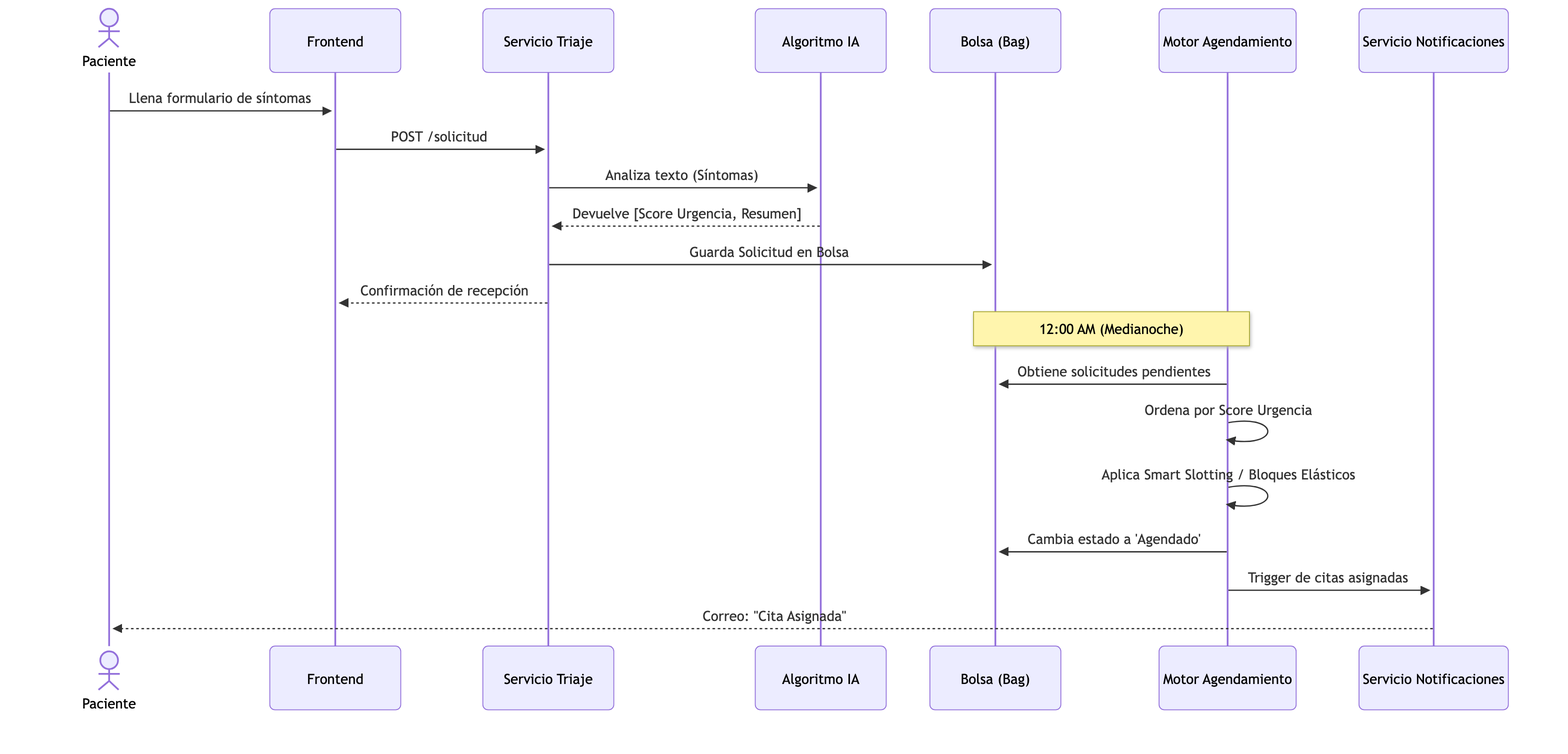
Earlier version of the Mermaid export docs/diagrams/secuencia/secuencia.png (aron-quito/si-salud). Its source is kept beside it as docs/diagrams/secuencia/secuencia.mmd. Its diagram source:
```mermaid
sequenceDiagram
    actor P as Paciente
    participant F as Frontend
    participant T as Servicio Triaje
    participant IA as Algoritmo IA
    participant B as Bolsa (Bag)
    participant S as Motor Agendamiento
    participant N as Servicio Notificaciones

    P->>F: Llena formulario de síntomas
    F->>T: POST /solicitud
    T->>IA: Analiza texto (Síntomas)
    IA-->>T: Devuelve [Score Urgencia, Resumen]
    T->>B: Guarda Solicitud en Bolsa
    T-->>F: Confirmación de recepción

    Note over B,S: 12:00 AM (Medianoche)
    S->>B: Obtiene solicitudes pendientes
    S->>S: Ordena por Score Urgencia
    S->>S: Aplica Smart Slotting / Bloques Elásticos
    S->>B: Cambia estado a 'Agendado'
    S->>N: Trigger de citas asignadas
    N-->>P: Correo: "Cita Asignada"
```
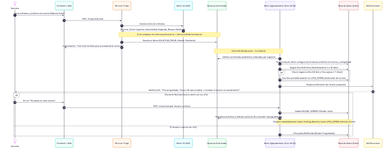
The same diagram one commit later.

Diff of the diagram source:
```diff
@@ -1,23 +1,40 @@
 sequenceDiagram
+    autonumber
     actor P as Paciente
-    participant F as Frontend
+    participant F as Frontend / Web
     participant T as Servicio Triaje
-    participant IA as Algoritmo IA
-    participant B as Bolsa (Bag)
-    participant S as Motor Agendamiento
-    participant N as Servicio Notificaciones
+    participant IA as Motor IA (NLP)
+    participant B as Bolsa de Solicitudes
+    participant S as Motor Agendamiento (Cron 00:00)
+    participant DB as Base de Datos (Slots)
+    participant N as Notificaciones
 
-    P->>F: Llena formulario de síntomas
-    F->>T: POST /solicitud
-    T->>IA: Analiza texto (Síntomas)
-    IA-->>T: Devuelve [Score Urgencia, Resumen]
-    T->>B: Guarda Solicitud en Bolsa
-    T-->>F: Confirmación de recepción
+    P->>F: Llena síntomas y preferencia horaria (Mañana/Tarde)
+    F->>T: POST /triaje/solicitud
+    T->>IA: Analiza texto de síntomas
+    IA-->>T: Retorna: [Score Urgencia, Especialidad Asignada, Bloques Elásticos]
+    Note over T,B: Si es complejo sin interconsulta previa -> Deriva a Medicina General
+    T->>B: Guarda en Bolsa (SOLICITUD_TRIAJE, Estado: Pendiente)
+    T-->>F: Comprobante: "Solicitud recibida para procesamiento nocturno"
 
-    Note over B,S: 12:00 AM (Medianoche)
-    S->>B: Obtiene solicitudes pendientes
-    S->>S: Ordena por Score Urgencia
-    S->>S: Aplica Smart Slotting / Bloques Elásticos
-    S->>B: Cambia estado a 'Agendado'
-    S->>N: Trigger de citas asignadas
-    N-->>P: Correo: "Cita Asignada"
+    Note over B,S: 00:00 AM (Medianoche - Cron Batch)
+    S->>B: Obtiene solicitudes pendientes ordenadas por Urgencia
+    S->>DB: Busca bloques libres contiguos (priorizando preferencia horaria y contigüidad)
+    S->>DB: Asigna Cita Definitiva (Garantizada de 1 a 30 días)
+
+    alt Score Urgencia Alto (65-84) y Cita Lejana (> 7 días)
+        S->>DB: Inscribe automáticamente en LISTA_ESPERA (Acelerador de turnos)
+    end
+
+    S->>N: Dispara notificación de horario propuesto
+    N-->>P: Notificación: "Cita programada. Tienes 12h para aceptar o rechazar el horario sin penalización"
+
+    alt Paciente Rechaza Horario dentro de las 12h
+        P->>F: Clic en "No puedo en este horario"
+        F->>S: POST /citas/rechazar-horario-cortesia
+        S->>DB: Update BLOQUE_HORARIO (Estado: Libre)
+        S->>B: Reingresa solicitud a la Bolsa nocturna (Sin consumir reprogramación)
+        Note over S,DB: Dispara inmediatamente Smart Slotting Reactivo hacia LISTA_ESPERA (Hold de 20 min)
+    else P Acepta o expiran las 12h
+        S->>DB: Cita queda Ratificada (Estado: Programada)
+    end
```
